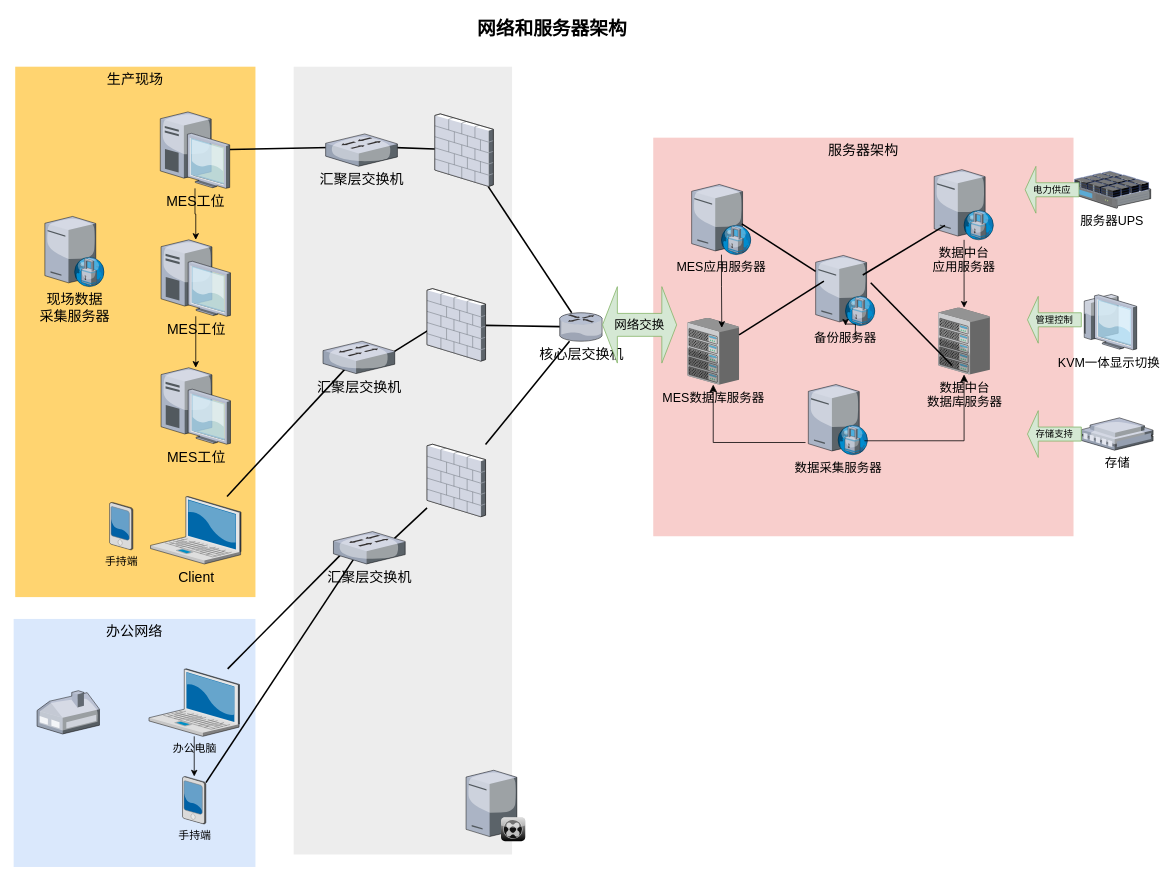
Earlier version of the draw.io diagram 未命名绘图.drawio (zqxiao/blog). Source tidied: cells renumbered, new cells numbered last; positions are measured from the earlier drawing's top-left corner, leaving out a move shared by most shapes. Both pictures are drawn from the tidied source at 78%, with x=0, y=0 at pixel (13, 13).
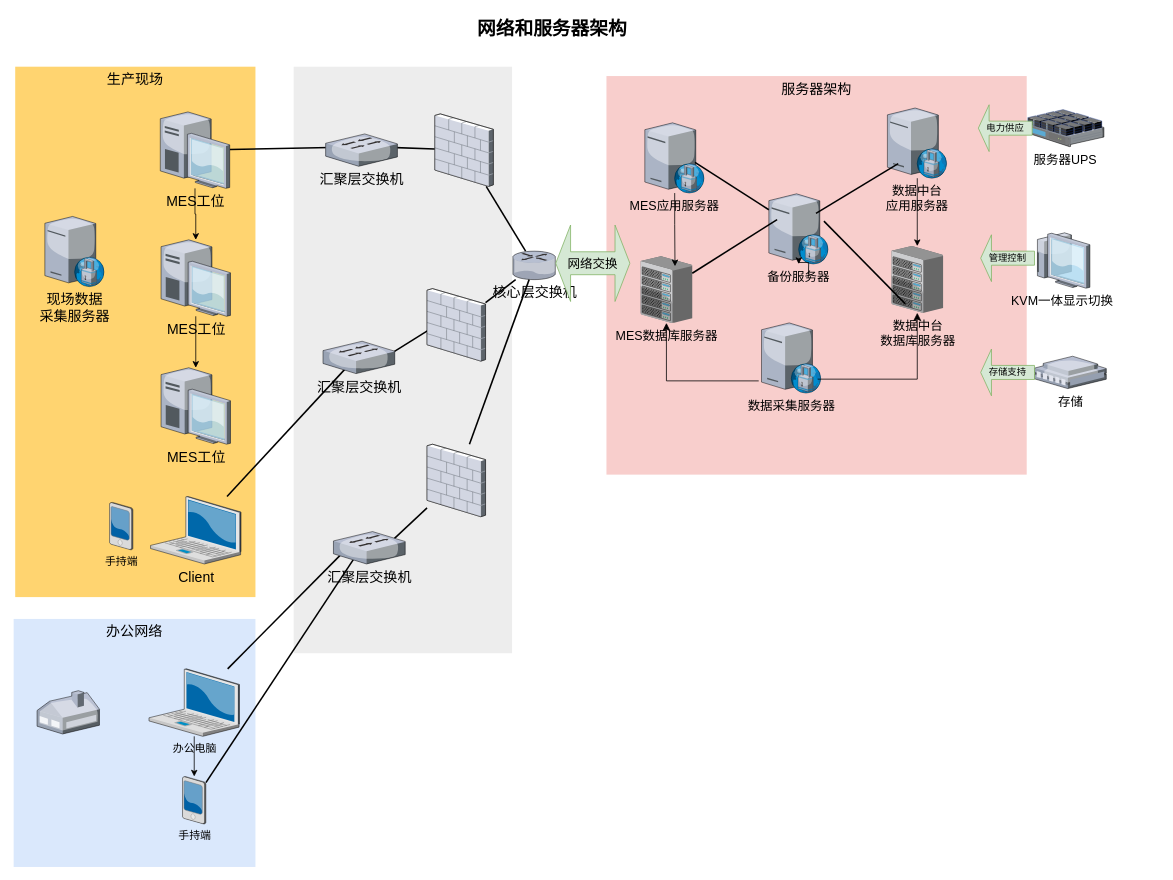
The same page after the edit.

Commit message:
更新未命名绘图.drawio

The edit, as a diff of the source:
```diff
@@
     <mxCell id="2" value="服务器架构" style="whiteSpace=wrap;html=1;fillColor=#f8cecc;fontSize=18;strokeColor=none;verticalAlign=top;" parent="1" vertex="1">
-      <mxGeometry x="820" y="159" width="538.8" height="511" as="geometry" />
+      <mxGeometry x="760" y="80" width="538.8" height="511" as="geometry" />
     </mxCell>
     <mxCell id="3" style="whiteSpace=wrap;html=1;fillColor=#EDEDED;fontSize=14;strokeColor=none;verticalAlign=top;" parent="1" vertex="1">
-      <mxGeometry x="359" y="68" width="280" height="1010" as="geometry" />
+      <mxGeometry x="359" y="68" width="280" height="752" as="geometry" />
     </mxCell>
@@
     <mxCell id="22" value="核心&lt;span style=&quot;background-color: transparent; color: light-dark(rgb(0, 0, 0), rgb(255, 255, 255));&quot;&gt;层交换机&lt;/span&gt;" style="verticalLabelPosition=bottom;html=1;verticalAlign=top;strokeColor=none;shape=mxgraph.citrix.router;fillColor=#66B2FF;gradientColor=#0066CC;fontSize=18;" parent="1" vertex="1">
-      <mxGeometry x="700" y="383.5" width="55" height="36.5" as="geometry" />
+      <mxGeometry x="640" y="304.5" width="55" height="36.5" as="geometry" />
     </mxCell>
@@
-    <mxCell id="31" style="verticalLabelPosition=bottom;html=1;verticalAlign=top;strokeColor=none;shape=mxgraph.citrix.xenclient_synchronizer;fillColor=#CCCCCC;gradientColor=#000000;gradientDirection=south;fontSize=14;" parent="1" vertex="1">
-      <mxGeometry x="580" y="970" width="76" height="91" as="geometry" />
-    </mxCell>
@@
     <mxCell id="36" value="MES数据库服务器" style="verticalLabelPosition=bottom;html=1;verticalAlign=top;strokeColor=none;shape=mxgraph.citrix.chassis;fillColor=#66B2FF;gradientColor=#0066CC;fontSize=16;" parent="1" vertex="1">
-      <mxGeometry x="863.8" y="390" width="66.2" height="85.5" as="geometry" />
+      <mxGeometry x="803.8" y="311" width="66.2" height="85.5" as="geometry" />
     </mxCell>
     <mxCell id="37" value="MES应用服务器" style="verticalLabelPosition=bottom;html=1;verticalAlign=top;strokeColor=none;shape=mxgraph.citrix.proxy_server;fillColor=#66B2FF;gradientColor=#0066CC;fontSize=16;" parent="1" vertex="1">
-      <mxGeometry x="869.2" y="219" width="76.5" height="90" as="geometry" />
+      <mxGeometry x="809.2" y="140" width="76.5" height="90" as="geometry" />
     </mxCell>
     <mxCell id="38" value="数据中台&lt;div&gt;数据库服务器&lt;/div&gt;" style="verticalLabelPosition=bottom;html=1;verticalAlign=top;strokeColor=none;shape=mxgraph.citrix.chassis;fillColor=#66B2FF;gradientColor=#0066CC;fontSize=16;" parent="1" vertex="1">
-      <mxGeometry x="1185.4" y="377" width="66.2" height="85.5" as="geometry" />
+      <mxGeometry x="1125.4" y="298" width="66.2" height="85.5" as="geometry" />
     </mxCell>
@@
     <mxCell id="40" value="数据中台&lt;div&gt;应用服务器&lt;/div&gt;" style="verticalLabelPosition=bottom;html=1;verticalAlign=top;strokeColor=none;shape=mxgraph.citrix.proxy_server;fillColor=#66B2FF;gradientColor=#0066CC;fontSize=16;" parent="1" vertex="1">
-      <mxGeometry x="1180.2" y="200" width="76.5" height="90" as="geometry" />
+      <mxGeometry x="1120.2" y="121" width="76.5" height="90" as="geometry" />
     </mxCell>
@@
     <mxCell id="42" value="备份服务器" style="verticalLabelPosition=bottom;html=1;verticalAlign=top;strokeColor=none;shape=mxgraph.citrix.proxy_server;fillColor=#66B2FF;gradientColor=#0066CC;fontSize=16;" parent="1" vertex="1">
-      <mxGeometry x="1028.2" y="310" width="76.5" height="90" as="geometry" />
+      <mxGeometry x="968.2" y="231" width="76.5" height="90" as="geometry" />
     </mxCell>
     <mxCell id="43" style="edgeStyle=orthogonalEdgeStyle;rounded=0;jettySize=auto;html=1;" parent="1" edge="1" target="42">
       <mxGeometry relative="1" as="geometry">
-        <mxPoint x="1078.8" y="418" as="sourcePoint" />
+        <mxPoint x="1018.8" y="339" as="sourcePoint" />
       </mxGeometry>
     </mxCell>
@@
     <mxCell id="46" style="edgeStyle=none;rounded=0;html=1;startSize=10;endSize=10;jettySize=auto;fontSize=14;endArrow=none;endFill=0;strokeWidth=2;exitX=0.269;exitY=0.867;exitDx=0;exitDy=0;exitPerimeter=0;entryX=0.79;entryY=0.278;entryDx=0;entryDy=0;entryPerimeter=0;" parent="1" edge="1" source="38">
       <mxGeometry relative="1" as="geometry">
-        <mxPoint x="1098.8" y="345" as="targetPoint" />
+        <mxPoint x="1038.8" y="266" as="targetPoint" />
       </mxGeometry>
     </mxCell>
     <mxCell id="47" style="edgeStyle=none;rounded=0;html=1;startSize=10;endSize=10;jettySize=auto;fontSize=14;endArrow=none;endFill=0;strokeWidth=2;" parent="1" edge="1" source="36">
       <mxGeometry relative="1" as="geometry">
-        <mxPoint x="1038.8" y="343" as="targetPoint" />
+        <mxPoint x="978.8" y="264" as="targetPoint" />
       </mxGeometry>
     </mxCell>
     <mxCell id="48" value="数据采集服务器" style="verticalLabelPosition=bottom;html=1;verticalAlign=top;strokeColor=none;shape=mxgraph.citrix.proxy_server;fillColor=#66B2FF;gradientColor=#0066CC;fontSize=16;" parent="1" vertex="1">
-      <mxGeometry x="1018.8" y="475.5" width="76.5" height="90" as="geometry" />
+      <mxGeometry x="958.8" y="396.5" width="76.5" height="90" as="geometry" />
     </mxCell>
@@
     <mxCell id="52" value="KVM一体显示切换" style="verticalLabelPosition=bottom;sketch=0;html=1;verticalAlign=top;strokeColor=none;align=center;shape=mxgraph.citrix.thin_client;fontSize=16;" parent="1" vertex="1">
-      <mxGeometry x="1368.8" y="360" width="71" height="71" as="geometry" />
+      <mxGeometry x="1308.8" y="281" width="71" height="71" as="geometry" />
     </mxCell>
     <mxCell id="53" value="服务器UPS" style="verticalLabelPosition=bottom;sketch=0;html=1;verticalAlign=top;strokeColor=none;align=center;shape=mxgraph.citrix.netscaler_sdx;fontSize=16;" parent="1" vertex="1">
-      <mxGeometry x="1357.8" y="202" width="100" height="47.5" as="geometry" />
+      <mxGeometry x="1297.8" y="123" width="100" height="47.5" as="geometry" />
     </mxCell>
     <mxCell id="54" value="电力供应" style="shape=singleArrow;direction=west;whiteSpace=wrap;html=1;fillColor=#d5e8d4;strokeColor=#82b366;" parent="1" vertex="1">
-      <mxGeometry x="1296.8" y="195.8" width="69" height="60" as="geometry" />
+      <mxGeometry x="1236.8" y="116.8" width="69" height="60" as="geometry" />
     </mxCell>
     <mxCell id="55" value="管理控制" style="shape=singleArrow;direction=west;whiteSpace=wrap;html=1;fillColor=#d5e8d4;strokeColor=#82b366;" parent="1" vertex="1">
-      <mxGeometry x="1299.8" y="362.5" width="69" height="60" as="geometry" />
+      <mxGeometry x="1239.8" y="283.5" width="69" height="60" as="geometry" />
     </mxCell>
     <mxCell id="56" value="存储" style="verticalLabelPosition=bottom;sketch=0;html=1;verticalAlign=top;strokeColor=none;align=center;shape=mxgraph.citrix.remote_office;fontSize=16;" parent="1" vertex="1">
-      <mxGeometry x="1368.8" y="518.2" width="92" height="41.5" as="geometry" />
+      <mxGeometry x="1308.8" y="439.2" width="92" height="41.5" as="geometry" />
     </mxCell>
     <mxCell id="57" value="存储支持" style="shape=singleArrow;direction=west;whiteSpace=wrap;html=1;fillColor=#d5e8d4;strokeColor=#82b366;" parent="1" vertex="1">
-      <mxGeometry x="1299.8" y="509" width="69" height="60" as="geometry" />
+      <mxGeometry x="1239.8" y="430" width="69" height="60" as="geometry" />
     </mxCell>
     <mxCell id="58" value="网络交换" style="shape=doubleArrow;whiteSpace=wrap;html=1;fillColor=#d5e8d4;strokeColor=#82b366;fontSize=16;" parent="1" vertex="1">
-      <mxGeometry x="755" y="350" width="95" height="98" as="geometry" />
+      <mxGeometry x="695" y="271" width="95" height="98" as="geometry" />
     </mxCell>
```
